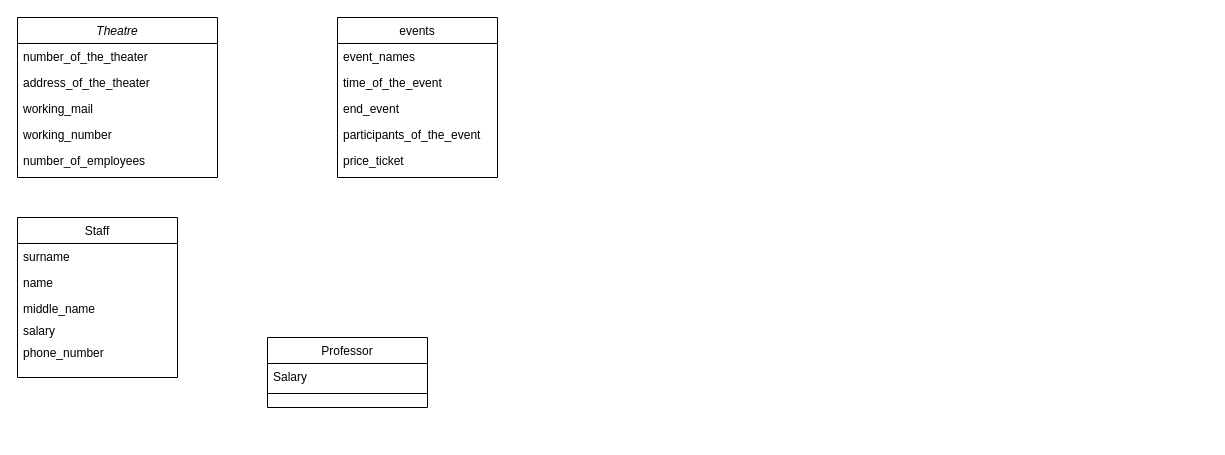
Kirillovq/Who- keeps this draw.io diagram as Диаграмма без названия.drawio. Above is the earlier version. Source tidied: cells renumbered, new cells numbered last; positions are measured from the earlier drawing's top-left corner, leaving out a move shared by most shapes. Both pictures are drawn from the tidied source at 100%, with x=0, y=0 at pixel (17, 17).
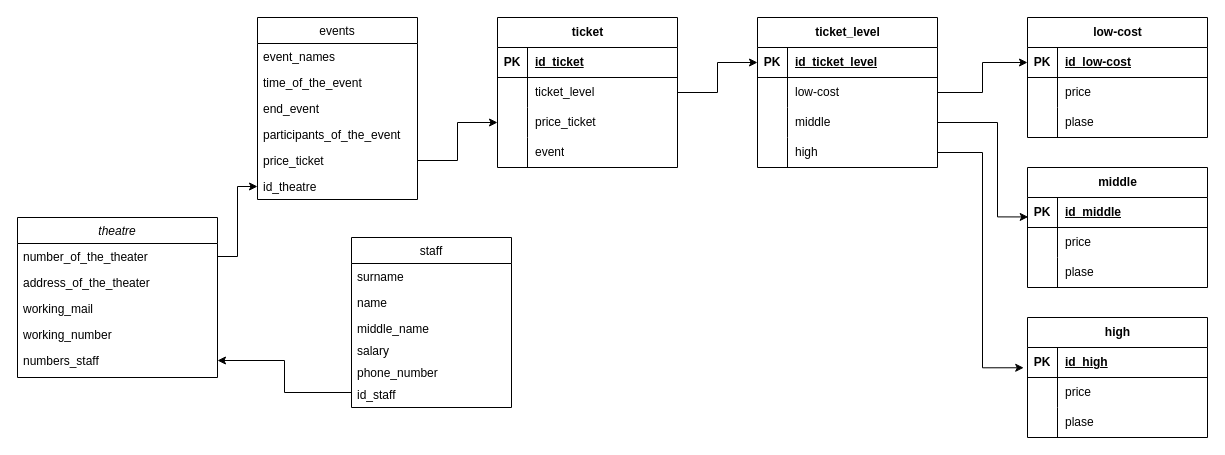
The same diagram, later.

Unchanged cells that the change refers to:
```xml
<mxCell id="3" value="number_of_the_theater" style="text;align=left;verticalAlign=top;spacingLeft=4;spacingRight=4;overflow=hidden;points=[[0,0.5],[1,0.5]];portConstraint=eastwest;rounded=0;shadow=0;html=0;" parent="2" vertex="1">
  <mxGeometry y="26" width="200" height="26" as="geometry" />
</mxCell>
<mxCell id="22" value="price_ticket" style="text;align=left;verticalAlign=top;spacingLeft=4;spacingRight=4;overflow=hidden;points=[[0,0.5],[1,0.5]];portConstraint=eastwest;rounded=0;shadow=0;html=0;" parent="17" vertex="1">
  <mxGeometry y="130" width="160" height="26" as="geometry" />
</mxCell>
```

The edit, as a diff of the source:
```diff
@@
-    <mxCell id="2" value="Theatre" style="swimlane;fontStyle=2;align=center;verticalAlign=top;horizontal=1;startSize=26;rounded=0;shadow=0;strokeWidth=1;" parent="1" vertex="1">
-      <mxGeometry width="200" height="160" as="geometry" />
+    <mxCell id="2" value="theatre" style="swimlane;fontStyle=2;align=center;verticalAlign=top;horizontal=1;startSize=26;rounded=0;shadow=0;strokeWidth=1;" parent="1" vertex="1">
+      <mxGeometry y="200" width="200" height="160" as="geometry" />
     </mxCell>
@@
-    <mxCell id="7" value="number_of_employees" style="text;align=left;verticalAlign=top;spacingLeft=4;spacingRight=4;overflow=hidden;points=[[0,0.5],[1,0.5]];portConstraint=eastwest;rounded=0;shadow=0;html=0;" parent="2" vertex="1">
+    <mxCell id="7" value="numbers_staff" style="text;align=left;verticalAlign=top;spacingLeft=4;spacingRight=4;overflow=hidden;points=[[0,0.5],[1,0.5]];portConstraint=eastwest;rounded=0;shadow=0;html=0;" parent="2" vertex="1">
       <mxGeometry y="130" width="200" height="26" as="geometry" />
     </mxCell>
-    <mxCell id="8" value="Staff" style="swimlane;fontStyle=0;align=center;verticalAlign=top;horizontal=1;startSize=26;rounded=0;shadow=0;strokeWidth=1;" parent="1" vertex="1">
-      <mxGeometry y="200" width="160" height="160" as="geometry" />
+    <mxCell id="8" value="staff" style="swimlane;fontStyle=0;align=center;verticalAlign=top;horizontal=1;startSize=26;rounded=0;shadow=0;strokeWidth=1;" parent="1" vertex="1">
+      <mxGeometry x="334" y="220" width="160" height="170" as="geometry" />
     </mxCell>
@@
-    <mxCell id="14" value="Professor" style="swimlane;fontStyle=0;align=center;verticalAlign=top;horizontal=1;startSize=26;rounded=0;shadow=0;strokeWidth=1;" parent="1" vertex="1">
-      <mxGeometry x="250" y="320" width="160" height="70" as="geometry" />
-    </mxCell>
-    <mxCell id="15" value="Salary" style="text;align=left;verticalAlign=top;spacingLeft=4;spacingRight=4;overflow=hidden;" parent="14" vertex="1">
-      <mxGeometry y="26" width="160" height="26" as="geometry" />
-    </mxCell>
-    <mxCell id="16" style="line;html=1;strokeWidth=1;align=left;verticalAlign=middle;spacingTop=-1;spacingLeft=3;spacingRight=3;labelPosition=right;" parent="14" vertex="1">
-      <mxGeometry y="52" width="160" height="8" as="geometry" />
-    </mxCell>
+    <mxCell id="23" value="id_staff" style="text;align=left;verticalAlign=top;spacingLeft=4;spacingRight=4;overflow=hidden;points=[[0,0.5],[1,0.5]];portConstraint=eastwest;" parent="8" vertex="1">
+      <mxGeometry y="144" width="160" height="22" as="geometry" />
+    </mxCell>
     <mxCell id="17" value="events" style="swimlane;fontStyle=0;align=center;verticalAlign=top;horizontal=1;startSize=26;rounded=0;shadow=0;strokeWidth=1;" parent="1" vertex="1">
-      <mxGeometry x="320" width="160" height="160" as="geometry" />
+      <mxGeometry x="240" width="160" height="182" as="geometry" />
     </mxCell>
@@
+    <mxCell id="24" value="id_theatre" style="text;align=left;verticalAlign=top;spacingLeft=4;spacingRight=4;overflow=hidden;points=[[0,0.5],[1,0.5]];portConstraint=eastwest;rounded=0;shadow=0;html=0;" parent="17" vertex="1">
+      <mxGeometry y="156" width="160" height="26" as="geometry" />
+    </mxCell>
+    <mxCell id="25" style="edgeStyle=orthogonalEdgeStyle;rounded=0;jettySize=auto;html=1;entryX=0;entryY=0.5;entryDx=0;entryDy=0;" parent="1" edge="1" source="3" target="24">
+      <mxGeometry relative="1" as="geometry" />
+    </mxCell>
+    <mxCell id="26" style="edgeStyle=orthogonalEdgeStyle;rounded=0;jettySize=auto;html=1;" parent="1" edge="1" source="23" target="7">
+      <mxGeometry relative="1" as="geometry" />
+    </mxCell>
+    <mxCell id="27" value="ticket" style="shape=table;startSize=30;childLayout=tableLayout;rowLines=0;fontStyle=1;align=center;html=1;" parent="1" vertex="1">
+      <mxGeometry x="480" width="180" height="150" as="geometry" />
+    </mxCell>
+    <mxCell id="28" style="shape=tableRow;horizontal=0;startSize=0;swimlaneHead=0;swimlaneBody=0;fillColor=none;top=0;left=0;right=0;bottom=1;" parent="27" vertex="1">
+      <mxGeometry y="30" width="180" height="30" as="geometry" />
+    </mxCell>
+    <mxCell id="29" value="PK" style="shape=partialRectangle;fillColor=none;top=0;left=0;bottom=0;right=0;fontStyle=1;overflow=hidden;whiteSpace=wrap;html=1;" parent="28" vertex="1">
+      <mxGeometry width="30" height="30" as="geometry" />
+    </mxCell>
+    <mxCell id="30" value="id_ticket" style="shape=partialRectangle;fillColor=none;top=0;left=0;bottom=0;right=0;align=left;spacingLeft=6;fontStyle=5;overflow=hidden;whiteSpace=wrap;html=1;" parent="28" vertex="1">
+      <mxGeometry x="30" width="150" height="30" as="geometry" />
+    </mxCell>
+    <mxCell id="31" style="shape=tableRow;horizontal=0;startSize=0;swimlaneHead=0;swimlaneBody=0;fillColor=none;points=[[0,0.5],[1,0.5]];portConstraint=eastwest;top=0;left=0;right=0;bottom=0;" parent="27" vertex="1">
+      <mxGeometry y="60" width="180" height="30" as="geometry" />
+    </mxCell>
+    <mxCell id="32" style="shape=partialRectangle;fillColor=none;top=0;left=0;bottom=0;right=0;overflow=hidden;whiteSpace=wrap;html=1;" parent="31" vertex="1">
+      <mxGeometry width="30" height="30" as="geometry" />
+    </mxCell>
+    <mxCell id="33" value="ticket_level" style="shape=partialRectangle;fillColor=none;top=0;left=0;bottom=0;right=0;align=left;spacingLeft=6;overflow=hidden;whiteSpace=wrap;html=1;" parent="31" vertex="1">
+      <mxGeometry x="30" width="150" height="30" as="geometry" />
+    </mxCell>
+    <mxCell id="34" style="shape=tableRow;horizontal=0;startSize=0;swimlaneHead=0;swimlaneBody=0;fillColor=none;points=[[0,0.5],[1,0.5]];portConstraint=eastwest;top=0;left=0;right=0;bottom=0;" parent="27" vertex="1">
+      <mxGeometry y="90" width="180" height="30" as="geometry" />
+    </mxCell>
+    <mxCell id="35" style="shape=partialRectangle;fillColor=none;top=0;left=0;bottom=0;right=0;overflow=hidden;whiteSpace=wrap;html=1;" parent="34" vertex="1">
+      <mxGeometry width="30" height="30" as="geometry" />
+    </mxCell>
+    <mxCell id="36" value="price_ticket" style="shape=partialRectangle;fillColor=none;top=0;left=0;bottom=0;right=0;align=left;spacingLeft=6;overflow=hidden;whiteSpace=wrap;html=1;" parent="34" vertex="1">
+      <mxGeometry x="30" width="150" height="30" as="geometry" />
+    </mxCell>
+    <mxCell id="37" style="shape=tableRow;horizontal=0;startSize=0;swimlaneHead=0;swimlaneBody=0;fillColor=none;top=0;left=0;right=0;bottom=0;" parent="27" vertex="1">
+      <mxGeometry y="120" width="180" height="30" as="geometry" />
+    </mxCell>
+    <mxCell id="38" style="shape=partialRectangle;fillColor=none;top=0;left=0;bottom=0;right=0;overflow=hidden;whiteSpace=wrap;html=1;" parent="37" vertex="1">
+      <mxGeometry width="30" height="30" as="geometry" />
+    </mxCell>
+    <mxCell id="39" value="event" style="shape=partialRectangle;fillColor=none;top=0;left=0;bottom=0;right=0;align=left;spacingLeft=6;overflow=hidden;whiteSpace=wrap;html=1;" parent="37" vertex="1">
+      <mxGeometry x="30" width="150" height="30" as="geometry" />
+    </mxCell>
+    <mxCell id="40" style="edgeStyle=orthogonalEdgeStyle;rounded=0;jettySize=auto;html=1;" parent="1" edge="1" source="22" target="34">
+      <mxGeometry relative="1" as="geometry" />
+    </mxCell>
+    <mxCell id="41" value="ticket_level" style="shape=table;startSize=30;childLayout=tableLayout;rowLines=0;fontStyle=1;align=center;html=1;" parent="1" vertex="1">
+      <mxGeometry x="740" width="180" height="150" as="geometry" />
+    </mxCell>
+    <mxCell id="42" style="shape=tableRow;horizontal=0;startSize=0;swimlaneHead=0;swimlaneBody=0;fillColor=none;points=[[0,0.5],[1,0.5]];portConstraint=eastwest;top=0;left=0;right=0;bottom=1;" parent="41" vertex="1">
+      <mxGeometry y="30" width="180" height="30" as="geometry" />
+    </mxCell>
+    <mxCell id="43" value="PK" style="shape=partialRectangle;fillColor=none;top=0;left=0;bottom=0;right=0;fontStyle=1;overflow=hidden;whiteSpace=wrap;html=1;" parent="42" vertex="1">
+      <mxGeometry width="30" height="30" as="geometry" />
+    </mxCell>
+    <mxCell id="44" value="id_ticket_level" style="shape=partialRectangle;fillColor=none;top=0;left=0;bottom=0;right=0;align=left;spacingLeft=6;fontStyle=5;overflow=hidden;whiteSpace=wrap;html=1;" parent="42" vertex="1">
+      <mxGeometry x="30" width="150" height="30" as="geometry" />
+    </mxCell>
+    <mxCell id="45" style="shape=tableRow;horizontal=0;startSize=0;swimlaneHead=0;swimlaneBody=0;fillColor=none;points=[[0,0.5],[1,0.5]];portConstraint=eastwest;top=0;left=0;right=0;bottom=0;" parent="41" vertex="1">
+      <mxGeometry y="60" width="180" height="30" as="geometry" />
+    </mxCell>
+    <mxCell id="46" style="shape=partialRectangle;fillColor=none;top=0;left=0;bottom=0;right=0;overflow=hidden;whiteSpace=wrap;html=1;" parent="45" vertex="1">
+      <mxGeometry width="30" height="30" as="geometry" />
+    </mxCell>
+    <mxCell id="47" value="low-cost" style="shape=partialRectangle;fillColor=none;top=0;left=0;bottom=0;right=0;align=left;spacingLeft=6;overflow=hidden;whiteSpace=wrap;html=1;" parent="45" vertex="1">
+      <mxGeometry x="30" width="150" height="30" as="geometry" />
+    </mxCell>
+    <mxCell id="48" style="shape=tableRow;horizontal=0;startSize=0;swimlaneHead=0;swimlaneBody=0;fillColor=none;points=[[0,0.5],[1,0.5]];portConstraint=eastwest;top=0;left=0;right=0;bottom=0;" parent="41" vertex="1">
+      <mxGeometry y="90" width="180" height="30" as="geometry" />
+    </mxCell>
+    <mxCell id="49" style="shape=partialRectangle;fillColor=none;top=0;left=0;bottom=0;right=0;overflow=hidden;whiteSpace=wrap;html=1;" parent="48" vertex="1">
+      <mxGeometry width="30" height="30" as="geometry" />
+    </mxCell>
+    <mxCell id="50" value="middle" style="shape=partialRectangle;fillColor=none;top=0;left=0;bottom=0;right=0;align=left;spacingLeft=6;overflow=hidden;whiteSpace=wrap;html=1;" parent="48" vertex="1">
+      <mxGeometry x="30" width="150" height="30" as="geometry" />
+    </mxCell>
+    <mxCell id="51" style="shape=tableRow;horizontal=0;startSize=0;swimlaneHead=0;swimlaneBody=0;fillColor=none;points=[[0,0.5],[1,0.5]];portConstraint=eastwest;top=0;left=0;right=0;bottom=0;" parent="41" vertex="1">
+      <mxGeometry y="120" width="180" height="30" as="geometry" />
+    </mxCell>
+    <mxCell id="52" style="shape=partialRectangle;fillColor=none;top=0;left=0;bottom=0;right=0;overflow=hidden;whiteSpace=wrap;html=1;" parent="51" vertex="1">
+      <mxGeometry width="30" height="30" as="geometry" />
+    </mxCell>
+    <mxCell id="53" value="high" style="shape=partialRectangle;fillColor=none;top=0;left=0;bottom=0;right=0;align=left;spacingLeft=6;overflow=hidden;whiteSpace=wrap;html=1;" parent="51" vertex="1">
+      <mxGeometry x="30" width="150" height="30" as="geometry" />
+    </mxCell>
+    <mxCell id="54" value="low-cost" style="shape=table;startSize=30;childLayout=tableLayout;rowLines=0;fontStyle=1;align=center;html=1;" parent="1" vertex="1">
+      <mxGeometry x="1010" width="180" height="120" as="geometry" />
+    </mxCell>
+    <mxCell id="55" style="shape=tableRow;horizontal=0;startSize=0;swimlaneHead=0;swimlaneBody=0;fillColor=none;points=[[0,0.5],[1,0.5]];portConstraint=eastwest;top=0;left=0;right=0;bottom=1;" parent="54" vertex="1">
+      <mxGeometry y="30" width="180" height="30" as="geometry" />
+    </mxCell>
+    <mxCell id="56" value="PK" style="shape=partialRectangle;fillColor=none;top=0;left=0;bottom=0;right=0;fontStyle=1;overflow=hidden;whiteSpace=wrap;html=1;" parent="55" vertex="1">
+      <mxGeometry width="30" height="30" as="geometry" />
+    </mxCell>
+    <mxCell id="57" value="id_low-cost" style="shape=partialRectangle;fillColor=none;top=0;left=0;bottom=0;right=0;align=left;spacingLeft=6;fontStyle=5;overflow=hidden;whiteSpace=wrap;html=1;" parent="55" vertex="1">
+      <mxGeometry x="30" width="150" height="30" as="geometry" />
+    </mxCell>
+    <mxCell id="58" style="shape=tableRow;horizontal=0;startSize=0;swimlaneHead=0;swimlaneBody=0;fillColor=none;top=0;left=0;right=0;bottom=0;" parent="54" vertex="1">
+      <mxGeometry y="60" width="180" height="30" as="geometry" />
+    </mxCell>
+    <mxCell id="59" style="shape=partialRectangle;fillColor=none;top=0;left=0;bottom=0;right=0;overflow=hidden;whiteSpace=wrap;html=1;" parent="58" vertex="1">
+      <mxGeometry width="30" height="30" as="geometry" />
+    </mxCell>
+    <mxCell id="60" value="price" style="shape=partialRectangle;fillColor=none;top=0;left=0;bottom=0;right=0;align=left;spacingLeft=6;overflow=hidden;whiteSpace=wrap;html=1;" parent="58" vertex="1">
+      <mxGeometry x="30" width="150" height="30" as="geometry" />
+    </mxCell>
+    <mxCell id="61" style="shape=tableRow;horizontal=0;startSize=0;swimlaneHead=0;swimlaneBody=0;fillColor=none;top=0;left=0;right=0;bottom=0;" parent="54" vertex="1">
+      <mxGeometry y="90" width="180" height="30" as="geometry" />
+    </mxCell>
+    <mxCell id="62" style="shape=partialRectangle;fillColor=none;top=0;left=0;bottom=0;right=0;overflow=hidden;whiteSpace=wrap;html=1;" parent="61" vertex="1">
+      <mxGeometry width="30" height="30" as="geometry" />
+    </mxCell>
+    <mxCell id="63" value="plase" style="shape=partialRectangle;fillColor=none;top=0;left=0;bottom=0;right=0;align=left;spacingLeft=6;overflow=hidden;whiteSpace=wrap;html=1;" parent="61" vertex="1">
+      <mxGeometry x="30" width="150" height="30" as="geometry" />
+    </mxCell>
+    <mxCell id="64" value="middle" style="shape=table;startSize=30;childLayout=tableLayout;rowLines=0;fontStyle=1;align=center;html=1;" parent="1" vertex="1">
+      <mxGeometry x="1010" y="150" width="180" height="120" as="geometry" />
+    </mxCell>
+    <mxCell id="65" style="shape=tableRow;horizontal=0;startSize=0;swimlaneHead=0;swimlaneBody=0;fillColor=none;points=[[0,0.5],[1,0.5]];portConstraint=eastwest;top=0;left=0;right=0;bottom=1;" parent="64" vertex="1">
+      <mxGeometry y="30" width="180" height="30" as="geometry" />
+    </mxCell>
+    <mxCell id="66" value="PK" style="shape=partialRectangle;fillColor=none;top=0;left=0;bottom=0;right=0;fontStyle=1;overflow=hidden;whiteSpace=wrap;html=1;" parent="65" vertex="1">
+      <mxGeometry width="30" height="30" as="geometry" />
+    </mxCell>
+    <mxCell id="67" value="id_middle" style="shape=partialRectangle;fillColor=none;top=0;left=0;bottom=0;right=0;align=left;spacingLeft=6;fontStyle=5;overflow=hidden;whiteSpace=wrap;html=1;" parent="65" vertex="1">
+      <mxGeometry x="30" width="150" height="30" as="geometry" />
+    </mxCell>
+    <mxCell id="68" style="shape=tableRow;horizontal=0;startSize=0;swimlaneHead=0;swimlaneBody=0;fillColor=none;top=0;left=0;right=0;bottom=0;" parent="64" vertex="1">
+      <mxGeometry y="60" width="180" height="30" as="geometry" />
+    </mxCell>
+    <mxCell id="69" style="shape=partialRectangle;fillColor=none;top=0;left=0;bottom=0;right=0;overflow=hidden;whiteSpace=wrap;html=1;" parent="68" vertex="1">
+      <mxGeometry width="30" height="30" as="geometry" />
+    </mxCell>
+    <mxCell id="70" value="price" style="shape=partialRectangle;fillColor=none;top=0;left=0;bottom=0;right=0;align=left;spacingLeft=6;overflow=hidden;whiteSpace=wrap;html=1;" parent="68" vertex="1">
+      <mxGeometry x="30" width="150" height="30" as="geometry" />
+    </mxCell>
+    <mxCell id="71" style="shape=tableRow;horizontal=0;startSize=0;swimlaneHead=0;swimlaneBody=0;fillColor=none;top=0;left=0;right=0;bottom=0;" parent="64" vertex="1">
+      <mxGeometry y="90" width="180" height="30" as="geometry" />
+    </mxCell>
+    <mxCell id="72" style="shape=partialRectangle;fillColor=none;top=0;left=0;bottom=0;right=0;overflow=hidden;whiteSpace=wrap;html=1;" parent="71" vertex="1">
+      <mxGeometry width="30" height="30" as="geometry" />
+    </mxCell>
+    <mxCell id="73" value="plase" style="shape=partialRectangle;fillColor=none;top=0;left=0;bottom=0;right=0;align=left;spacingLeft=6;overflow=hidden;whiteSpace=wrap;html=1;" parent="71" vertex="1">
+      <mxGeometry x="30" width="150" height="30" as="geometry" />
+    </mxCell>
+    <mxCell id="74" value="high" style="shape=table;startSize=30;childLayout=tableLayout;rowLines=0;fontStyle=1;align=center;html=1;" parent="1" vertex="1">
+      <mxGeometry x="1010" y="300" width="180" height="120" as="geometry" />
+    </mxCell>
+    <mxCell id="75" style="shape=tableRow;horizontal=0;startSize=0;swimlaneHead=0;swimlaneBody=0;fillColor=none;points=[[0,0.5],[1,0.5]];portConstraint=eastwest;top=0;left=0;right=0;bottom=1;" parent="74" vertex="1">
+      <mxGeometry y="30" width="180" height="30" as="geometry" />
+    </mxCell>
+    <mxCell id="76" value="PK" style="shape=partialRectangle;fillColor=none;top=0;left=0;bottom=0;right=0;fontStyle=1;overflow=hidden;whiteSpace=wrap;html=1;" parent="75" vertex="1">
+      <mxGeometry width="30" height="30" as="geometry" />
+    </mxCell>
+    <mxCell id="77" value="id_high" style="shape=partialRectangle;fillColor=none;top=0;left=0;bottom=0;right=0;align=left;spacingLeft=6;fontStyle=5;overflow=hidden;whiteSpace=wrap;html=1;" parent="75" vertex="1">
+      <mxGeometry x="30" width="150" height="30" as="geometry" />
+    </mxCell>
+    <mxCell id="78" style="shape=tableRow;horizontal=0;startSize=0;swimlaneHead=0;swimlaneBody=0;fillColor=none;top=0;left=0;right=0;bottom=0;" parent="74" vertex="1">
+      <mxGeometry y="60" width="180" height="30" as="geometry" />
+    </mxCell>
+    <mxCell id="79" style="shape=partialRectangle;fillColor=none;top=0;left=0;bottom=0;right=0;overflow=hidden;whiteSpace=wrap;html=1;" parent="78" vertex="1">
+      <mxGeometry width="30" height="30" as="geometry" />
+    </mxCell>
+    <mxCell id="80" value="price" style="shape=partialRectangle;fillColor=none;top=0;left=0;bottom=0;right=0;align=left;spacingLeft=6;overflow=hidden;whiteSpace=wrap;html=1;" parent="78" vertex="1">
+      <mxGeometry x="30" width="150" height="30" as="geometry" />
+    </mxCell>
+    <mxCell id="81" style="shape=tableRow;horizontal=0;startSize=0;swimlaneHead=0;swimlaneBody=0;fillColor=none;top=0;left=0;right=0;bottom=0;" parent="74" vertex="1">
+      <mxGeometry y="90" width="180" height="30" as="geometry" />
+    </mxCell>
+    <mxCell id="82" style="shape=partialRectangle;fillColor=none;top=0;left=0;bottom=0;right=0;overflow=hidden;whiteSpace=wrap;html=1;" parent="81" vertex="1">
+      <mxGeometry width="30" height="30" as="geometry" />
+    </mxCell>
+    <mxCell id="83" value="plase" style="shape=partialRectangle;fillColor=none;top=0;left=0;bottom=0;right=0;align=left;spacingLeft=6;overflow=hidden;whiteSpace=wrap;html=1;" parent="81" vertex="1">
+      <mxGeometry x="30" width="150" height="30" as="geometry" />
+    </mxCell>
+    <mxCell id="84" style="edgeStyle=orthogonalEdgeStyle;rounded=0;jettySize=auto;html=1;" parent="1" edge="1" source="45" target="55">
+      <mxGeometry relative="1" as="geometry" />
+    </mxCell>
+    <mxCell id="85" style="edgeStyle=orthogonalEdgeStyle;rounded=0;jettySize=auto;html=1;entryX=0.004;entryY=0.648;entryDx=0;entryDy=0;entryPerimeter=0;" parent="1" edge="1" source="48" target="65">
+      <mxGeometry relative="1" as="geometry">
+        <Array as="points">
+          <mxPoint x="980" y="105" />
+          <mxPoint x="980" y="199" />
+        </Array>
+      </mxGeometry>
+    </mxCell>
+    <mxCell id="86" style="edgeStyle=orthogonalEdgeStyle;rounded=0;jettySize=auto;html=1;entryX=-0.021;entryY=0.676;entryDx=0;entryDy=0;entryPerimeter=0;" parent="1" edge="1" source="51" target="75">
+      <mxGeometry relative="1" as="geometry" />
+    </mxCell>
+    <mxCell id="87" style="edgeStyle=orthogonalEdgeStyle;rounded=0;jettySize=auto;html=1;entryX=0;entryY=0.5;entryDx=0;entryDy=0;" parent="1" edge="1" source="31" target="42">
+      <mxGeometry relative="1" as="geometry" />
+    </mxCell>
```
